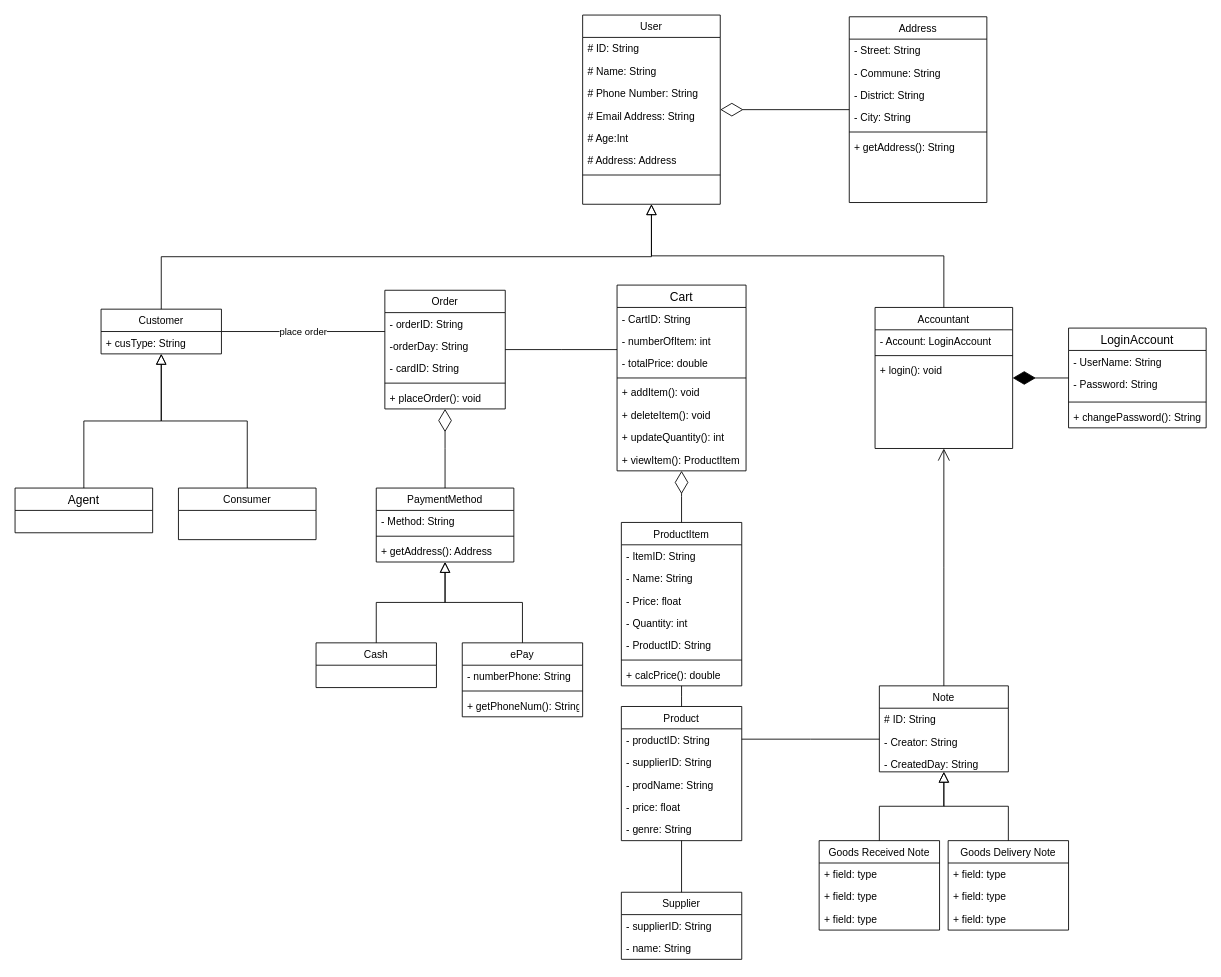
The draw.io diagram Class Diagram.drawio in npptGithub/software-engineering-finalproject, before the edit. Source tidied: cells renumbered, new cells numbered last; positions are measured from the earlier drawing's top-left corner, leaving out a move shared by most shapes. Both pictures are drawn from the tidied source at 86%, with x=0, y=0 at pixel (15, 15).
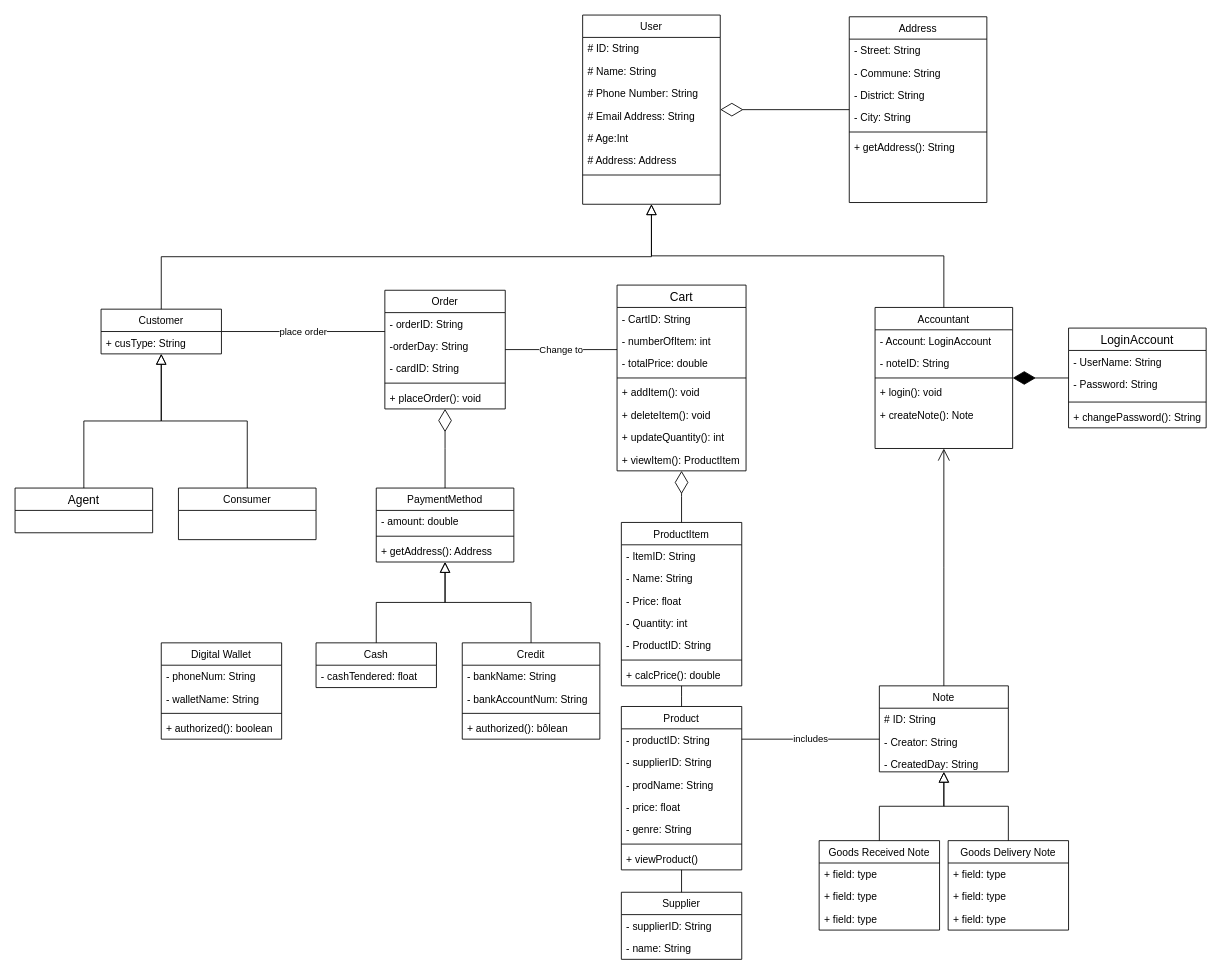
After the change.

The change refers to these unchanged cells:
```xml
<mxCell id="10" value="Accountant" style="swimlane;fontStyle=0;align=center;verticalAlign=top;horizontal=1;startSize=26;rounded=0;shadow=0;strokeWidth=1;fillColor=none;" parent="1" vertex="1">
  <mxGeometry x="1000" y="340" width="160" height="164" as="geometry" />
</mxCell>
<mxCell id="31" value="Cart" style="swimlane;fontStyle=0;horizontal=1;startSize=26;align=center;fontSize=14;fillColor=none;" parent="1" vertex="1">
  <mxGeometry x="700" y="314" width="150" height="216" as="geometry" />
</mxCell>
<mxCell id="57" value="Note" style="swimlane;fontStyle=0;horizontal=1;startSize=26;fillColor=none;rounded=0;shadow=0;glass=0;sketch=0;" parent="1" vertex="1">
  <mxGeometry x="1005" y="780" width="150" height="100" as="geometry" />
</mxCell>
<mxCell id="66" value="PaymentMethod" style="swimlane;fontStyle=0;horizontal=1;startSize=26;fillColor=none;rounded=0;shadow=0;glass=0;sketch=0;" parent="1" vertex="1">
  <mxGeometry x="420" y="550" width="160" height="86" as="geometry" />
</mxCell>
<mxCell id="86" value="Cash" style="swimlane;fontStyle=0;horizontal=1;startSize=26;fillColor=none;" parent="1" vertex="1">
  <mxGeometry x="350" y="730" width="140" height="52" as="geometry" />
</mxCell>
<mxCell id="91" value="Order" style="swimlane;fontStyle=0;horizontal=1;startSize=26;fillColor=none;" parent="1" vertex="1">
  <mxGeometry x="430" y="320" width="140" height="138" as="geometry" />
</mxCell>
```

Change to the diagram source:
```diff
@@
+    <mxCell id="101" value="- noteID: String" style="text;strokeColor=none;fillColor=none;align=left;verticalAlign=top;spacingLeft=4;spacingRight=4;overflow=hidden;" parent="10" vertex="1">
+      <mxGeometry y="52" width="160" height="26" as="geometry" />
+    </mxCell>
     <mxCell id="12" style="line;html=1;strokeWidth=1;align=left;verticalAlign=middle;spacingTop=-1;spacingLeft=3;spacingRight=3;labelPosition=right;" parent="10" vertex="1">
-      <mxGeometry y="52" width="160" height="8" as="geometry" />
+      <mxGeometry y="78" width="160" height="8" as="geometry" />
     </mxCell>
     <mxCell id="13" value="+ login(): void" style="text;strokeColor=none;fillColor=none;align=left;verticalAlign=top;spacingLeft=4;spacingRight=4;overflow=hidden;" parent="10" vertex="1">
-      <mxGeometry y="60" width="160" height="26" as="geometry" />
+      <mxGeometry y="86" width="160" height="26" as="geometry" />
     </mxCell>
+    <mxCell id="102" value="+ createNote(): Note" style="text;strokeColor=none;fillColor=none;align=left;verticalAlign=top;spacingLeft=4;spacingRight=4;overflow=hidden;" parent="10" vertex="1">
+      <mxGeometry y="112" width="160" height="26" as="geometry" />
+    </mxCell>
@@
     <mxCell id="51" value="Product" style="swimlane;fontStyle=0;horizontal=1;startSize=26;fillColor=none;" parent="1" vertex="1">
-      <mxGeometry x="705" y="804" width="140" height="156" as="geometry" />
+      <mxGeometry x="705" y="804" width="140" height="190" as="geometry" />
     </mxCell>
@@
+    <mxCell id="103" style="line;strokeWidth=1;fillColor=none;align=left;verticalAlign=middle;spacingTop=-1;spacingLeft=3;spacingRight=3;labelPosition=right;strokeColor=inherit;" parent="51" vertex="1">
+      <mxGeometry y="156" width="140" height="8" as="geometry" />
+    </mxCell>
+    <mxCell id="104" value="+ viewProduct()" style="text;strokeColor=none;fillColor=none;align=left;verticalAlign=top;spacingLeft=4;spacingRight=4;overflow=hidden;" parent="51" vertex="1">
+      <mxGeometry y="164" width="140" height="26" as="geometry" />
+    </mxCell>
@@
-    <mxCell id="67" value="- Method: String" style="text;strokeColor=none;fillColor=none;align=left;verticalAlign=top;spacingLeft=4;spacingRight=4;overflow=hidden;rounded=0;shadow=0;glass=0;sketch=0;" parent="66" vertex="1">
+    <mxCell id="67" value="- amount: double" style="text;strokeColor=none;fillColor=none;align=left;verticalAlign=top;spacingLeft=4;spacingRight=4;overflow=hidden;rounded=0;shadow=0;glass=0;sketch=0;" parent="66" vertex="1">
       <mxGeometry y="26" width="160" height="26" as="geometry" />
     </mxCell>
@@
-    <mxCell id="85" style="endArrow=none;endFill=0;endSize=12;html=1;rounded=0;elbow=vertical;edgeStyle=elbowEdgeStyle;" parent="1" edge="1" source="51" target="57">
+    <mxCell id="85" value="includes" style="endArrow=none;endFill=0;endSize=12;html=1;rounded=0;elbow=vertical;edgeStyle=elbowEdgeStyle;" parent="1" edge="1" source="51" target="57">
       <mxGeometry relative="1" as="geometry" />
     </mxCell>
@@
+    <mxCell id="105" value="- cashTendered: float" style="text;strokeColor=none;fillColor=none;align=left;verticalAlign=top;spacingLeft=4;spacingRight=4;overflow=hidden;" parent="86" vertex="1">
+      <mxGeometry y="26" width="140" height="26" as="geometry" />
+    </mxCell>
-    <mxCell id="87" value="ePay" style="swimlane;fontStyle=0;horizontal=1;startSize=26;fillColor=none;" parent="1" vertex="1">
-      <mxGeometry x="520" y="730" width="140" height="86" as="geometry" />
+    <mxCell id="87" value="Credit" style="swimlane;fontStyle=0;horizontal=1;startSize=26;fillColor=none;" parent="1" vertex="1">
+      <mxGeometry x="520" y="730" width="160" height="112" as="geometry" />
     </mxCell>
-    <mxCell id="88" value="- numberPhone: String" style="text;strokeColor=none;fillColor=none;align=left;verticalAlign=top;spacingLeft=4;spacingRight=4;overflow=hidden;" parent="87" vertex="1">
-      <mxGeometry y="26" width="140" height="26" as="geometry" />
+    <mxCell id="88" value="- bankName: String" style="text;strokeColor=none;fillColor=none;align=left;verticalAlign=top;spacingLeft=4;spacingRight=4;overflow=hidden;" parent="87" vertex="1">
+      <mxGeometry y="26" width="160" height="26" as="geometry" />
     </mxCell>
+    <mxCell id="106" value="- bankAccountNum: String" style="text;strokeColor=none;fillColor=none;align=left;verticalAlign=top;spacingLeft=4;spacingRight=4;overflow=hidden;" parent="87" vertex="1">
+      <mxGeometry y="52" width="160" height="26" as="geometry" />
+    </mxCell>
     <mxCell id="89" style="line;strokeWidth=1;fillColor=none;align=left;verticalAlign=middle;spacingTop=-1;spacingLeft=3;spacingRight=3;labelPosition=right;strokeColor=inherit;" parent="87" vertex="1">
-      <mxGeometry y="52" width="140" height="8" as="geometry" />
+      <mxGeometry y="78" width="160" height="8" as="geometry" />
     </mxCell>
-    <mxCell id="90" value="+ getPhoneNum(): String" style="text;strokeColor=none;fillColor=none;align=left;verticalAlign=top;spacingLeft=4;spacingRight=4;overflow=hidden;" parent="87" vertex="1">
-      <mxGeometry y="60" width="140" height="26" as="geometry" />
+    <mxCell id="90" value="+ authorized(): bôlean" style="text;strokeColor=none;fillColor=none;align=left;verticalAlign=top;spacingLeft=4;spacingRight=4;overflow=hidden;" parent="87" vertex="1">
+      <mxGeometry y="86" width="160" height="26" as="geometry" />
     </mxCell>
@@
-    <mxCell id="97" style="endArrow=none;endFill=0;endSize=12;html=1;rounded=0;elbow=vertical;edgeStyle=elbowEdgeStyle;" parent="1" edge="1" source="31" target="91">
+    <mxCell id="97" value="Change to" style="endArrow=none;endFill=0;endSize=12;html=1;rounded=0;elbow=vertical;edgeStyle=elbowEdgeStyle;" parent="1" edge="1" source="31" target="91">
       <mxGeometry relative="1" as="geometry" />
     </mxCell>
@@
+    <mxCell id="107" value="Digital Wallet" style="swimlane;fontStyle=0;horizontal=1;startSize=26;fillColor=none;" parent="1" vertex="1">
+      <mxGeometry x="170" y="730" width="140" height="112" as="geometry" />
+    </mxCell>
+    <mxCell id="108" value="- phoneNum: String" style="text;strokeColor=none;fillColor=none;align=left;verticalAlign=top;spacingLeft=4;spacingRight=4;overflow=hidden;" parent="107" vertex="1">
+      <mxGeometry y="26" width="140" height="26" as="geometry" />
+    </mxCell>
+    <mxCell id="109" value="- walletName: String" style="text;strokeColor=none;fillColor=none;align=left;verticalAlign=top;spacingLeft=4;spacingRight=4;overflow=hidden;" parent="107" vertex="1">
+      <mxGeometry y="52" width="140" height="26" as="geometry" />
+    </mxCell>
+    <mxCell id="110" style="line;strokeWidth=1;fillColor=none;align=left;verticalAlign=middle;spacingTop=-1;spacingLeft=3;spacingRight=3;labelPosition=right;strokeColor=inherit;" parent="107" vertex="1">
+      <mxGeometry y="78" width="140" height="8" as="geometry" />
+    </mxCell>
+    <mxCell id="111" value="+ authorized(): boolean" style="text;strokeColor=none;fillColor=none;align=left;verticalAlign=top;spacingLeft=4;spacingRight=4;overflow=hidden;" parent="107" vertex="1">
+      <mxGeometry y="86" width="140" height="26" as="geometry" />
+    </mxCell>
```
